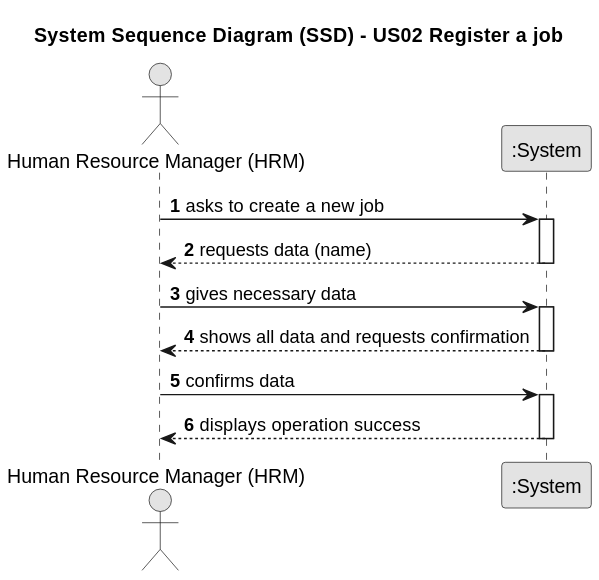
Departamento-de-Engenharia-Informatica/lei-24-s2-1db-g022 keeps this PlantUML diagram as docs/sprintA/us02/01.requirements-engineering/svg/us002-system-sequence-diagram.svg. Above is the earlier version.
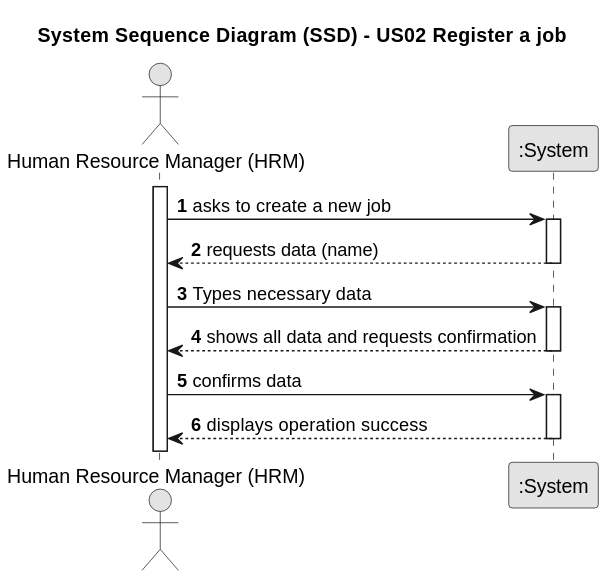
Above is the later version.

The edit, as a diff of the source:
```diff
@@ -9,14 +9,14 @@
 
 actor "Human Resource Manager (HRM)" as HRM
 participant ":System" as System
-
+    activate HRM
     HRM -> System : asks to create a new job
     activate System
 
     System --> HRM : requests data (name)
     deactivate System
 
-    HRM -> System : gives necessary data
+    HRM -> System : Types necessary data
     activate System
 
     System --> HRM : shows all data and requests confirmation
```
